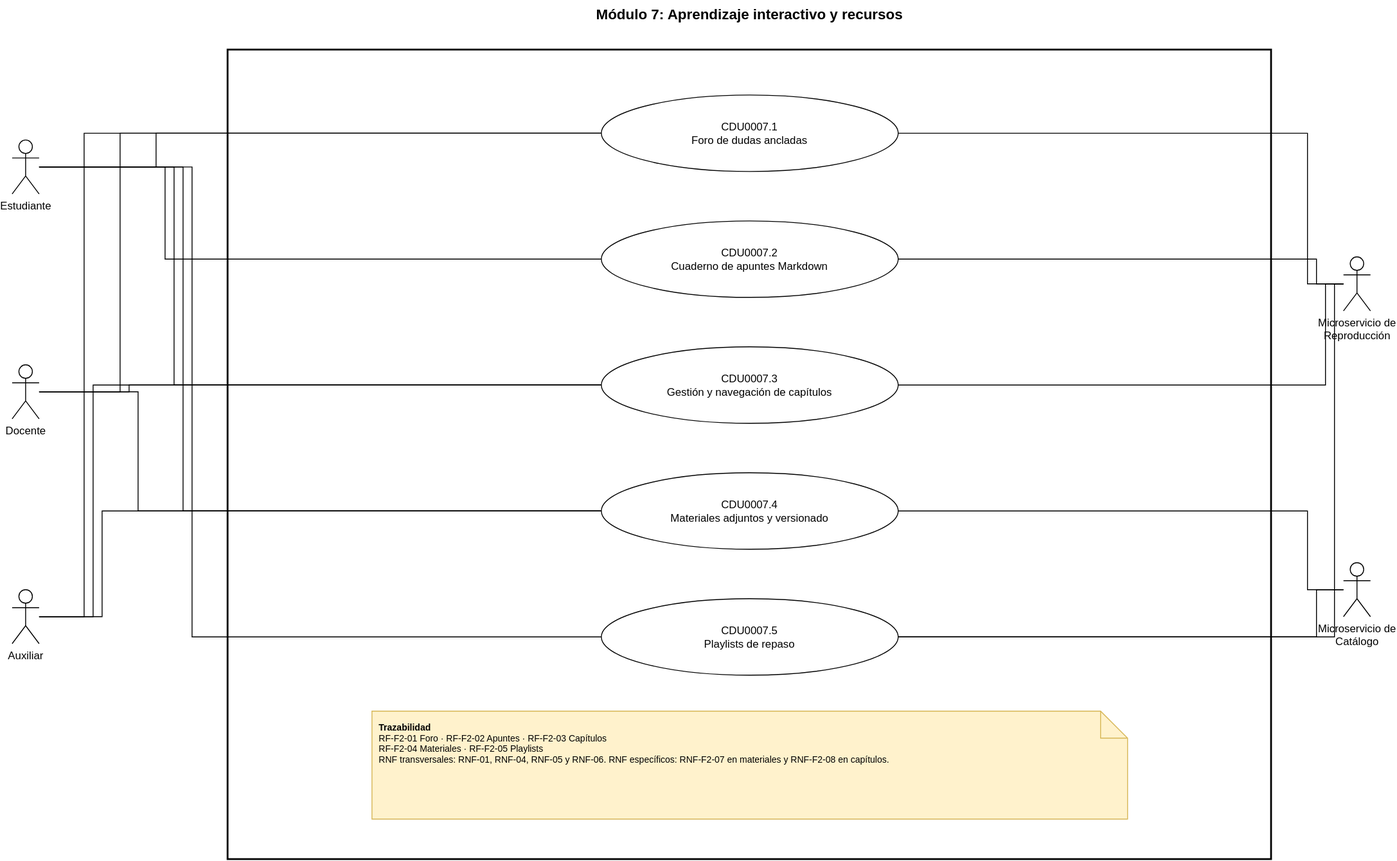
Above: Documentacion/CDU/CDU_Expandido_M7_202307691.drawio.svg in thanya-gate/SA_PROYECTO_202307691 (draw.io), before the change. Source tidied: cells renumbered, new cells last; positions are measured from the earlier drawing's top-left corner, leaving out a move shared by most shapes.
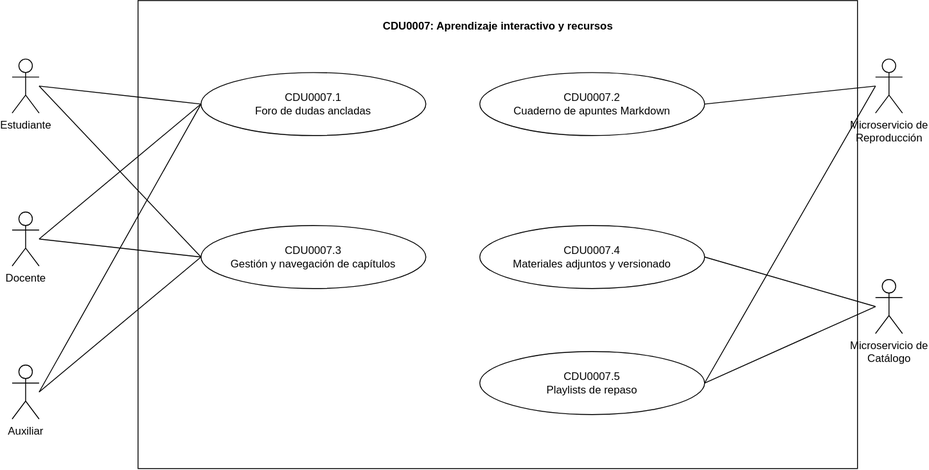
After the change.

Change to the diagram source:
```diff
@@ -1,181 +1,72 @@
-<mxGraphModel>
+<mxGraphModel background="#ffffff">
   <root>
     <mxCell id="0" />
     <mxCell id="1" parent="0" />
-    <mxCell id="2" style="rounded=0;whiteSpace=wrap;html=1;fillColor=none;strokeWidth=2;" parent="1" vertex="1">
-      <mxGeometry x="240" y="55" width="1160" height="900" as="geometry" />
+    <mxCell id="2" style="html=1;whiteSpace=wrap;" parent="1" vertex="1">
+      <mxGeometry x="80" y="55" width="800" height="520" as="geometry" />
     </mxCell>
-    <mxCell id="3" value="Módulo 7: Aprendizaje interactivo y recursos" style="text;html=1;whiteSpace=wrap;strokeColor=none;fillColor=none;align=center;verticalAlign=middle;fontStyle=1;fontSize=16;" parent="1" vertex="1">
-      <mxGeometry x="470" width="700" height="30" as="geometry" />
+    <mxCell id="3" value="CDU0007: Aprendizaje interactivo y recursos" style="text;align=center;fontStyle=1;verticalAlign=middle;spacingLeft=3;spacingRight=3;strokeColor=none;html=1;" parent="1" vertex="1">
+      <mxGeometry x="300" y="71" width="360" height="26" as="geometry" />
     </mxCell>
     <mxCell id="4" value="Estudiante" style="shape=umlActor;verticalLabelPosition=bottom;verticalAlign=top;html=1;" parent="1" vertex="1">
-      <mxGeometry y="155" width="30" height="60" as="geometry" />
+      <mxGeometry x="-60" y="120" width="30" height="60" as="geometry" />
     </mxCell>
     <mxCell id="5" value="Docente" style="shape=umlActor;verticalLabelPosition=bottom;verticalAlign=top;html=1;" parent="1" vertex="1">
-      <mxGeometry y="405" width="30" height="60" as="geometry" />
+      <mxGeometry x="-60" y="290" width="30" height="60" as="geometry" />
     </mxCell>
     <mxCell id="6" value="Auxiliar" style="shape=umlActor;verticalLabelPosition=bottom;verticalAlign=top;html=1;" parent="1" vertex="1">
-      <mxGeometry y="655" width="30" height="60" as="geometry" />
+      <mxGeometry x="-60" y="460" width="30" height="60" as="geometry" />
     </mxCell>
     <mxCell id="7" value="Microservicio de&lt;div&gt;Reproducción&lt;/div&gt;" style="shape=umlActor;verticalLabelPosition=bottom;verticalAlign=top;html=1;" parent="1" vertex="1">
-      <mxGeometry x="1480" y="285" width="30" height="60" as="geometry" />
+      <mxGeometry x="900" y="120" width="30" height="60" as="geometry" />
     </mxCell>
     <mxCell id="8" value="Microservicio de&lt;div&gt;Catálogo&lt;/div&gt;" style="shape=umlActor;verticalLabelPosition=bottom;verticalAlign=top;html=1;" parent="1" vertex="1">
-      <mxGeometry x="1480" y="625" width="30" height="60" as="geometry" />
+      <mxGeometry x="900" y="365" width="30" height="60" as="geometry" />
     </mxCell>
     <mxCell id="9" value="&lt;div&gt;CDU0007.1&lt;/div&gt;&lt;div&gt;Foro de dudas ancladas&lt;/div&gt;" style="ellipse;whiteSpace=wrap;html=1;" parent="1" vertex="1">
-      <mxGeometry x="655" y="105" width="330" height="85" as="geometry" />
+      <mxGeometry x="150" y="135" width="250" height="70" as="geometry" />
     </mxCell>
+    <mxCell id="11" value="&lt;div&gt;CDU0007.3&lt;/div&gt;&lt;div&gt;Gestión y navegación de capítulos&lt;/div&gt;" style="ellipse;whiteSpace=wrap;html=1;" parent="1" vertex="1">
+      <mxGeometry x="150" y="305" width="250" height="70" as="geometry" />
+    </mxCell>
     <mxCell id="10" value="&lt;div&gt;CDU0007.2&lt;/div&gt;&lt;div&gt;Cuaderno de apuntes Markdown&lt;/div&gt;" style="ellipse;whiteSpace=wrap;html=1;" parent="1" vertex="1">
-      <mxGeometry x="655" y="245" width="330" height="85" as="geometry" />
+      <mxGeometry x="460" y="135" width="250" height="70" as="geometry" />
     </mxCell>
-    <mxCell id="11" value="&lt;div&gt;CDU0007.3&lt;/div&gt;&lt;div&gt;Gestión y navegación de capítulos&lt;/div&gt;" style="ellipse;whiteSpace=wrap;html=1;" parent="1" vertex="1">
-      <mxGeometry x="655" y="385" width="330" height="85" as="geometry" />
-    </mxCell>
     <mxCell id="12" value="&lt;div&gt;CDU0007.4&lt;/div&gt;&lt;div&gt;Materiales adjuntos y versionado&lt;/div&gt;" style="ellipse;whiteSpace=wrap;html=1;" parent="1" vertex="1">
-      <mxGeometry x="655" y="525" width="330" height="85" as="geometry" />
+      <mxGeometry x="460" y="305" width="250" height="70" as="geometry" />
     </mxCell>
     <mxCell id="13" value="&lt;div&gt;CDU0007.5&lt;/div&gt;&lt;div&gt;Playlists de repaso&lt;/div&gt;" style="ellipse;whiteSpace=wrap;html=1;" parent="1" vertex="1">
-      <mxGeometry x="655" y="665" width="330" height="85" as="geometry" />
+      <mxGeometry x="460" y="445" width="250" height="70" as="geometry" />
     </mxCell>
-    <mxCell id="14" value="&lt;b&gt;Trazabilidad&lt;/b&gt;&lt;br&gt;RF-F2-01 Foro · RF-F2-02 Apuntes · RF-F2-03 Capítulos&lt;br&gt;RF-F2-04 Materiales · RF-F2-05 Playlists&lt;br&gt;RNF transversales: RNF-01, RNF-04, RNF-05 y RNF-06. RNF específicos: RNF-F2-07 en materiales y RNF-F2-08 en capítulos." style="shape=note;whiteSpace=wrap;html=1;fillColor=#fff2cc;strokeColor=#d6b656;align=left;verticalAlign=top;spacing=8;fontSize=10;" parent="1" vertex="1">
-      <mxGeometry x="400" y="790" width="840" height="120" as="geometry" />
-    </mxCell>
-    <mxCell id="15" style="edgeStyle=orthogonalEdgeStyle;rounded=0;jettySize=auto;html=1;endArrow=none;exitX=1;exitY=0.5;entryX=0;entryY=0.5;" parent="1" edge="1" source="4" target="9">
-      <mxGeometry relative="1" as="geometry">
-        <Array as="points">
-          <mxPoint x="160" y="185" />
-          <mxPoint x="160" y="147" />
-        </Array>
-      </mxGeometry>
+    <mxCell id="15" style="rounded=0;jettySize=auto;html=1;endArrow=none;exitX=1;exitY=0.5;exitDx=0;exitDy=0;exitPerimeter=0;entryX=0;entryY=0.5;entryDx=0;entryDy=0;" parent="1" edge="1" source="4" target="9">
+      <mxGeometry relative="1" as="geometry" />
     </mxCell>
-    <mxCell id="16" style="edgeStyle=orthogonalEdgeStyle;rounded=0;jettySize=auto;html=1;endArrow=none;exitX=1;exitY=0.5;entryX=0;entryY=0.5;" parent="1" edge="1" source="4" target="10">
-      <mxGeometry relative="1" as="geometry">
-        <Array as="points">
-          <mxPoint x="170" y="185" />
-          <mxPoint x="170" y="287" />
-        </Array>
-      </mxGeometry>
+    <mxCell id="16" style="rounded=0;jettySize=auto;html=1;endArrow=none;exitX=1;exitY=0.5;exitDx=0;exitDy=0;exitPerimeter=0;entryX=0;entryY=0.5;entryDx=0;entryDy=0;" parent="1" edge="1" source="4" target="11">
+      <mxGeometry relative="1" as="geometry" />
     </mxCell>
-    <mxCell id="17" style="edgeStyle=orthogonalEdgeStyle;rounded=0;jettySize=auto;html=1;endArrow=none;exitX=1;exitY=0.5;entryX=0;entryY=0.5;" parent="1" edge="1" source="4" target="11">
-      <mxGeometry relative="1" as="geometry">
-        <Array as="points">
-          <mxPoint x="180" y="185" />
-          <mxPoint x="180" y="427" />
-        </Array>
-      </mxGeometry>
+    <mxCell id="17" style="rounded=0;jettySize=auto;html=1;endArrow=none;exitX=1;exitY=0.5;exitDx=0;exitDy=0;exitPerimeter=0;entryX=0;entryY=0.5;entryDx=0;entryDy=0;" parent="1" edge="1" source="5" target="9">
+      <mxGeometry relative="1" as="geometry" />
     </mxCell>
-    <mxCell id="18" style="edgeStyle=orthogonalEdgeStyle;rounded=0;jettySize=auto;html=1;endArrow=none;exitX=1;exitY=0.5;entryX=0;entryY=0.5;" parent="1" edge="1" source="4" target="12">
-      <mxGeometry relative="1" as="geometry">
-        <Array as="points">
-          <mxPoint x="190" y="185" />
-          <mxPoint x="190" y="567" />
-        </Array>
-      </mxGeometry>
+    <mxCell id="18" style="rounded=0;jettySize=auto;html=1;endArrow=none;exitX=1;exitY=0.5;exitDx=0;exitDy=0;exitPerimeter=0;entryX=0;entryY=0.5;entryDx=0;entryDy=0;" parent="1" edge="1" source="5" target="11">
+      <mxGeometry relative="1" as="geometry" />
     </mxCell>
-    <mxCell id="19" style="edgeStyle=orthogonalEdgeStyle;rounded=0;jettySize=auto;html=1;endArrow=none;exitX=1;exitY=0.5;entryX=0;entryY=0.5;" parent="1" edge="1" source="4" target="13">
-      <mxGeometry relative="1" as="geometry">
-        <Array as="points">
-          <mxPoint x="200" y="185" />
-          <mxPoint x="200" y="707" />
-        </Array>
-      </mxGeometry>
+    <mxCell id="19" style="rounded=0;jettySize=auto;html=1;endArrow=none;exitX=1;exitY=0.5;exitDx=0;exitDy=0;exitPerimeter=0;entryX=0;entryY=0.5;entryDx=0;entryDy=0;" parent="1" edge="1" source="6" target="9">
+      <mxGeometry relative="1" as="geometry" />
     </mxCell>
-    <mxCell id="20" style="edgeStyle=orthogonalEdgeStyle;rounded=0;jettySize=auto;html=1;endArrow=none;exitX=1;exitY=0.5;entryX=0;entryY=0.5;" parent="1" edge="1" source="5" target="9">
-      <mxGeometry relative="1" as="geometry">
-        <Array as="points">
-          <mxPoint x="120" y="435" />
-          <mxPoint x="120" y="147" />
-        </Array>
-      </mxGeometry>
+    <mxCell id="20" style="rounded=0;jettySize=auto;html=1;endArrow=none;exitX=1;exitY=0.5;exitDx=0;exitDy=0;exitPerimeter=0;entryX=0;entryY=0.5;entryDx=0;entryDy=0;" parent="1" edge="1" source="6" target="11">
+      <mxGeometry relative="1" as="geometry" />
     </mxCell>
-    <mxCell id="21" style="edgeStyle=orthogonalEdgeStyle;rounded=0;jettySize=auto;html=1;endArrow=none;exitX=1;exitY=0.5;entryX=0;entryY=0.5;" parent="1" edge="1" source="5" target="11">
-      <mxGeometry relative="1" as="geometry">
-        <Array as="points">
-          <mxPoint x="130" y="435" />
-          <mxPoint x="130" y="427" />
-        </Array>
-      </mxGeometry>
+    <mxCell id="21" style="rounded=0;jettySize=auto;html=1;endArrow=none;exitX=0;exitY=0.5;exitDx=0;exitDy=0;exitPerimeter=0;entryX=1;entryY=0.5;entryDx=0;entryDy=0;" parent="1" edge="1" source="7" target="10">
+      <mxGeometry relative="1" as="geometry" />
     </mxCell>
-    <mxCell id="22" style="edgeStyle=orthogonalEdgeStyle;rounded=0;jettySize=auto;html=1;endArrow=none;exitX=1;exitY=0.5;entryX=0;entryY=0.5;" parent="1" edge="1" source="5" target="12">
-      <mxGeometry relative="1" as="geometry">
-        <Array as="points">
-          <mxPoint x="140" y="435" />
-          <mxPoint x="140" y="567" />
-        </Array>
-      </mxGeometry>
+    <mxCell id="22" style="rounded=0;jettySize=auto;html=1;endArrow=none;exitX=0;exitY=0.5;exitDx=0;exitDy=0;exitPerimeter=0;entryX=1;entryY=0.5;entryDx=0;entryDy=0;" parent="1" edge="1" source="7" target="13">
+      <mxGeometry relative="1" as="geometry" />
     </mxCell>
-    <mxCell id="23" style="edgeStyle=orthogonalEdgeStyle;rounded=0;jettySize=auto;html=1;endArrow=none;exitX=1;exitY=0.5;entryX=0;entryY=0.5;" parent="1" edge="1" source="6" target="9">
-      <mxGeometry relative="1" as="geometry">
-        <Array as="points">
-          <mxPoint x="80" y="685" />
-          <mxPoint x="80" y="147" />
-        </Array>
-      </mxGeometry>
+    <mxCell id="23" style="rounded=0;jettySize=auto;html=1;endArrow=none;exitX=0;exitY=0.5;exitDx=0;exitDy=0;exitPerimeter=0;entryX=1;entryY=0.5;entryDx=0;entryDy=0;" parent="1" edge="1" source="8" target="12">
+      <mxGeometry relative="1" as="geometry" />
     </mxCell>
-    <mxCell id="24" style="edgeStyle=orthogonalEdgeStyle;rounded=0;jettySize=auto;html=1;endArrow=none;exitX=1;exitY=0.5;entryX=0;entryY=0.5;" parent="1" edge="1" source="6" target="11">
-      <mxGeometry relative="1" as="geometry">
-        <Array as="points">
-          <mxPoint x="90" y="685" />
-          <mxPoint x="90" y="427" />
-        </Array>
-      </mxGeometry>
+    <mxCell id="24" style="rounded=0;jettySize=auto;html=1;endArrow=none;exitX=0;exitY=0.5;exitDx=0;exitDy=0;exitPerimeter=0;entryX=1;entryY=0.5;entryDx=0;entryDy=0;" parent="1" edge="1" source="8" target="13">
+      <mxGeometry relative="1" as="geometry" />
     </mxCell>
-    <mxCell id="25" style="edgeStyle=orthogonalEdgeStyle;rounded=0;jettySize=auto;html=1;endArrow=none;exitX=1;exitY=0.5;entryX=0;entryY=0.5;" parent="1" edge="1" source="6" target="12">
-      <mxGeometry relative="1" as="geometry">
-        <Array as="points">
-          <mxPoint x="100" y="685" />
-          <mxPoint x="100" y="567" />
-        </Array>
-      </mxGeometry>
-    </mxCell>
-    <mxCell id="26" style="edgeStyle=orthogonalEdgeStyle;rounded=0;jettySize=auto;html=1;endArrow=none;exitX=1;exitY=0.5;entryX=0;entryY=0.5;" parent="1" edge="1" source="9" target="7">
-      <mxGeometry relative="1" as="geometry">
-        <Array as="points">
-          <mxPoint x="1440" y="147" />
-          <mxPoint x="1440" y="315" />
-        </Array>
-      </mxGeometry>
-    </mxCell>
-    <mxCell id="27" style="edgeStyle=orthogonalEdgeStyle;rounded=0;jettySize=auto;html=1;endArrow=none;exitX=1;exitY=0.5;entryX=0;entryY=0.5;" parent="1" edge="1" source="10" target="7">
-      <mxGeometry relative="1" as="geometry">
-        <Array as="points">
-          <mxPoint x="1450" y="287" />
-          <mxPoint x="1450" y="315" />
-        </Array>
-      </mxGeometry>
-    </mxCell>
-    <mxCell id="28" style="edgeStyle=orthogonalEdgeStyle;rounded=0;jettySize=auto;html=1;endArrow=none;exitX=1;exitY=0.5;entryX=0;entryY=0.5;" parent="1" edge="1" source="11" target="7">
-      <mxGeometry relative="1" as="geometry">
-        <Array as="points">
-          <mxPoint x="1460" y="427" />
-          <mxPoint x="1460" y="315" />
-        </Array>
-      </mxGeometry>
-    </mxCell>
-    <mxCell id="29" style="edgeStyle=orthogonalEdgeStyle;rounded=0;jettySize=auto;html=1;endArrow=none;exitX=1;exitY=0.5;entryX=0;entryY=0.5;" parent="1" edge="1" source="12" target="8">
-      <mxGeometry relative="1" as="geometry">
-        <Array as="points">
-          <mxPoint x="1440" y="567" />
-          <mxPoint x="1440" y="655" />
-        </Array>
-      </mxGeometry>
-    </mxCell>
-    <mxCell id="30" style="edgeStyle=orthogonalEdgeStyle;rounded=0;jettySize=auto;html=1;endArrow=none;exitX=1;exitY=0.5;entryX=0;entryY=0.5;" parent="1" edge="1" source="13" target="8">
-      <mxGeometry relative="1" as="geometry">
-        <Array as="points">
-          <mxPoint x="1450" y="707" />
-          <mxPoint x="1450" y="655" />
-        </Array>
-      </mxGeometry>
-    </mxCell>
-    <mxCell id="31" style="edgeStyle=orthogonalEdgeStyle;rounded=0;jettySize=auto;html=1;endArrow=none;exitX=1;exitY=0.5;entryX=0;entryY=0.5;" parent="1" edge="1" source="13" target="7">
-      <mxGeometry relative="1" as="geometry">
-        <Array as="points">
-          <mxPoint x="1470" y="707" />
-          <mxPoint x="1470" y="315" />
-        </Array>
-      </mxGeometry>
-    </mxCell>
   </root>
 </mxGraphModel>
```
